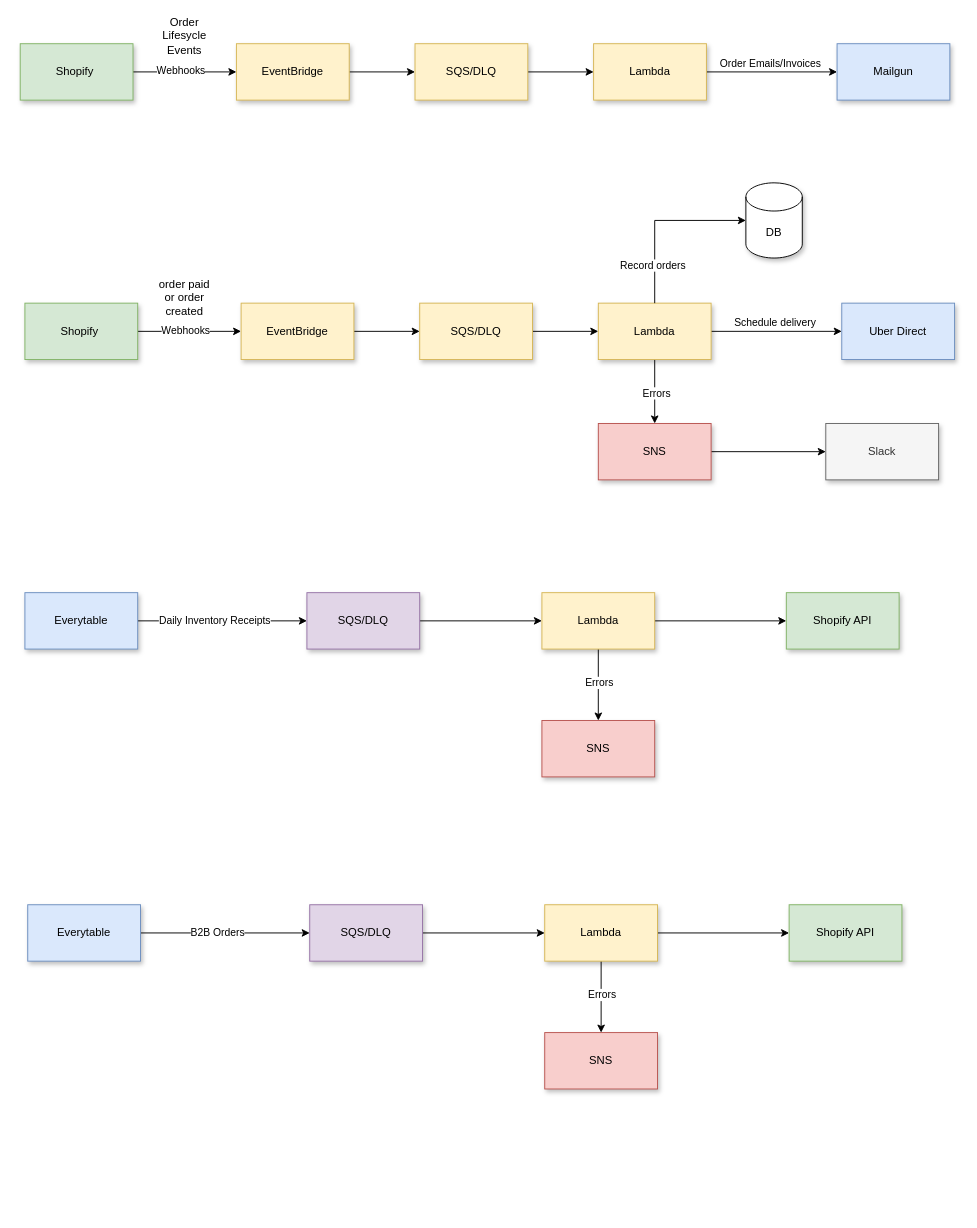
This is page "Webhooks" (2 of 9) of Everytable_Draft_Diagrams.drawio from alexrsunrise/diagrams, a draw.io file, before an edit. Source tidied: cells renumbered, new cells numbered last; positions are measured from the earlier drawing's top-left corner, leaving out a move shared by most shapes. Both pictures are drawn from the tidied source at 94%, with x=0, y=0 at pixel (20, 22).
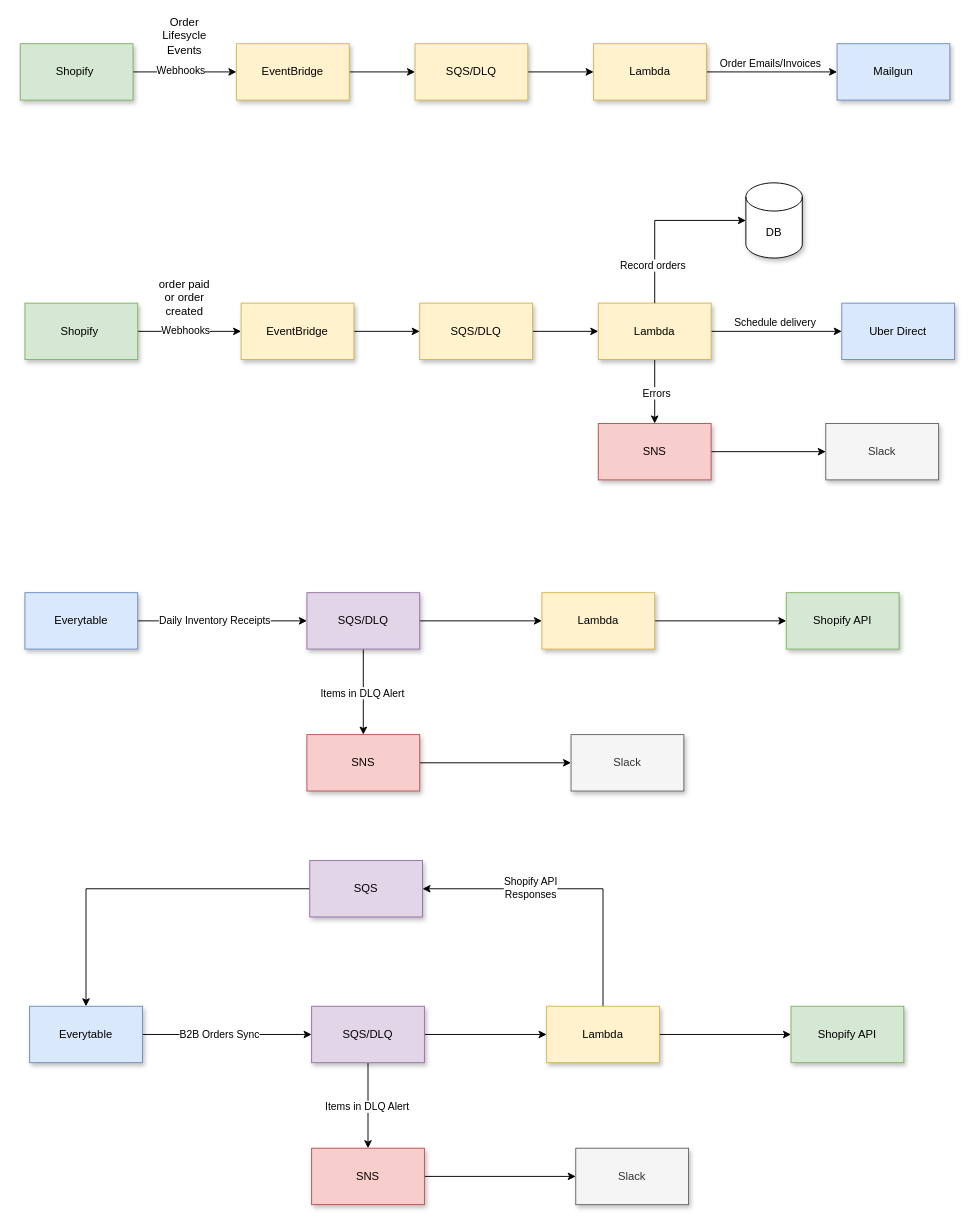
Above is the later version.

The change refers to these unchanged cells:
```xml
<mxCell id="18" value="SQS/DLQ" style="rounded=0;whiteSpace=wrap;html=1;fillColor=#e1d5e7;strokeColor=#9673a6;shadow=1;" parent="1" vertex="1">
  <mxGeometry x="305" y="607" width="120" height="60" as="geometry" />
</mxCell>
<mxCell id="22" value="Lambda" style="rounded=0;whiteSpace=wrap;html=1;fillColor=#fff2cc;strokeColor=#d6b656;shadow=1;" parent="1" vertex="1">
  <mxGeometry x="555" y="607" width="120" height="60" as="geometry" />
</mxCell>
```

What changed in the source:
```diff
@@
+    <mxCell id="56" style="edgeStyle=orthogonalEdgeStyle;rounded=0;jettySize=auto;html=1;" parent="1" edge="1" source="18" target="24">
+      <mxGeometry relative="1" as="geometry" />
+    </mxCell>
+    <mxCell id="57" value="Items in DLQ Alert" style="edgeLabel;html=1;align=center;verticalAlign=middle;" parent="56" vertex="1">
+      <mxGeometry y="-2" relative="1" as="geometry" />
+    </mxCell>
@@
-    <mxCell id="20" style="edgeStyle=orthogonalEdgeStyle;rounded=0;jettySize=auto;html=1;entryX=0.5;entryY=0;entryDx=0;entryDy=0;" parent="1" edge="1" source="22" target="24">
-      <mxGeometry relative="1" as="geometry" />
-    </mxCell>
-    <mxCell id="21" value="Errors" style="edgeLabel;html=1;align=center;verticalAlign=middle;" parent="20" vertex="1">
-      <mxGeometry x="-0.04" y="4" relative="1" as="geometry">
-        <mxPoint x="-4" y="-1" as="offset" />
-      </mxGeometry>
-    </mxCell>
@@
+    <mxCell id="58" style="edgeStyle=orthogonalEdgeStyle;rounded=0;jettySize=auto;html=1;" parent="1" edge="1" source="24" target="59">
+      <mxGeometry relative="1" as="geometry" />
+    </mxCell>
     <mxCell id="24" value="SNS" style="rounded=0;whiteSpace=wrap;html=1;fillColor=#f8cecc;strokeColor=#b85450;shadow=1;" parent="1" vertex="1">
-      <mxGeometry x="555" y="743" width="120" height="60" as="geometry" />
+      <mxGeometry x="305" y="758" width="120" height="60" as="geometry" />
     </mxCell>
-    <mxCell id="25" style="edgeStyle=orthogonalEdgeStyle;rounded=0;jettySize=auto;html=1;entryX=0;entryY=0.5;entryDx=0;entryDy=0;" parent="1" edge="1" source="27" target="29">
-      <mxGeometry relative="1" as="geometry" />
-    </mxCell>
-    <mxCell id="26" value="B2B Orders" style="edgeLabel;html=1;align=center;verticalAlign=middle;" parent="25" vertex="1">
-      <mxGeometry x="-0.1" y="1" relative="1" as="geometry" />
-    </mxCell>
-    <mxCell id="27" value="Everytable" style="rounded=0;whiteSpace=wrap;html=1;fillColor=#dae8fc;strokeColor=#6c8ebf;shadow=1;" parent="1" vertex="1">
-      <mxGeometry x="8" y="939" width="120" height="60" as="geometry" />
-    </mxCell>
-    <mxCell id="28" style="edgeStyle=orthogonalEdgeStyle;rounded=0;jettySize=auto;html=1;entryX=0;entryY=0.5;entryDx=0;entryDy=0;" parent="1" edge="1" source="29" target="33">
-      <mxGeometry relative="1" as="geometry" />
-    </mxCell>
-    <mxCell id="29" value="SQS/DLQ" style="rounded=0;whiteSpace=wrap;html=1;fillColor=#e1d5e7;strokeColor=#9673a6;shadow=1;" parent="1" vertex="1">
-      <mxGeometry x="308" y="939" width="120" height="60" as="geometry" />
-    </mxCell>
-    <mxCell id="30" style="edgeStyle=orthogonalEdgeStyle;rounded=0;jettySize=auto;html=1;entryX=0;entryY=0.5;entryDx=0;entryDy=0;" parent="1" edge="1" source="33" target="34">
-      <mxGeometry relative="1" as="geometry" />
-    </mxCell>
-    <mxCell id="31" style="edgeStyle=orthogonalEdgeStyle;rounded=0;jettySize=auto;html=1;entryX=0.5;entryY=0;entryDx=0;entryDy=0;" parent="1" edge="1" source="33" target="35">
-      <mxGeometry relative="1" as="geometry" />
-    </mxCell>
-    <mxCell id="32" value="Errors" style="edgeLabel;html=1;align=center;verticalAlign=middle;" parent="31" vertex="1">
-      <mxGeometry x="-0.04" y="4" relative="1" as="geometry">
-        <mxPoint x="-4" y="-1" as="offset" />
-      </mxGeometry>
-    </mxCell>
-    <mxCell id="33" value="Lambda" style="rounded=0;whiteSpace=wrap;html=1;fillColor=#fff2cc;strokeColor=#d6b656;shadow=1;" parent="1" vertex="1">
-      <mxGeometry x="558" y="939" width="120" height="60" as="geometry" />
-    </mxCell>
-    <mxCell id="34" value="Shopify API" style="rounded=0;whiteSpace=wrap;html=1;fillColor=#d5e8d4;strokeColor=#82b366;shadow=1;" parent="1" vertex="1">
-      <mxGeometry x="818" y="939" width="120" height="60" as="geometry" />
-    </mxCell>
-    <mxCell id="35" value="SNS" style="rounded=0;whiteSpace=wrap;html=1;fillColor=#f8cecc;strokeColor=#b85450;shadow=1;" parent="1" vertex="1">
-      <mxGeometry x="558" y="1075" width="120" height="60" as="geometry" />
-    </mxCell>
@@
+    <mxCell id="59" value="Slack" style="rounded=0;whiteSpace=wrap;html=1;fillColor=#f5f5f5;strokeColor=#666666;shadow=1;fontColor=#333333;" parent="1" vertex="1">
+      <mxGeometry x="586" y="758" width="120" height="60" as="geometry" />
+    </mxCell>
+    <mxCell id="25" style="edgeStyle=orthogonalEdgeStyle;rounded=0;jettySize=auto;html=1;entryX=0;entryY=0.5;entryDx=0;entryDy=0;" parent="1" edge="1" source="27" target="29">
+      <mxGeometry relative="1" as="geometry" />
+    </mxCell>
+    <mxCell id="60" value="B2B Orders Sync" style="edgeLabel;html=1;align=center;verticalAlign=middle;" parent="25" vertex="1">
+      <mxGeometry x="-0.1" y="1" relative="1" as="geometry" />
+    </mxCell>
+    <mxCell id="27" value="Everytable" style="rounded=0;whiteSpace=wrap;html=1;fillColor=#dae8fc;strokeColor=#6c8ebf;shadow=1;" parent="1" vertex="1">
+      <mxGeometry x="10" y="1047" width="120" height="60" as="geometry" />
+    </mxCell>
+    <mxCell id="28" style="edgeStyle=orthogonalEdgeStyle;rounded=0;jettySize=auto;html=1;entryX=0;entryY=0.5;entryDx=0;entryDy=0;" parent="1" edge="1" source="29" target="33">
+      <mxGeometry relative="1" as="geometry" />
+    </mxCell>
+    <mxCell id="61" style="edgeStyle=orthogonalEdgeStyle;rounded=0;jettySize=auto;html=1;" parent="1" edge="1" source="29" target="35">
+      <mxGeometry relative="1" as="geometry" />
+    </mxCell>
+    <mxCell id="62" value="Items in DLQ Alert" style="edgeLabel;html=1;align=center;verticalAlign=middle;" parent="61" vertex="1">
+      <mxGeometry y="-2" relative="1" as="geometry" />
+    </mxCell>
+    <mxCell id="29" value="SQS/DLQ" style="rounded=0;whiteSpace=wrap;html=1;fillColor=#e1d5e7;strokeColor=#9673a6;shadow=1;" parent="1" vertex="1">
+      <mxGeometry x="310" y="1047" width="120" height="60" as="geometry" />
+    </mxCell>
+    <mxCell id="30" style="edgeStyle=orthogonalEdgeStyle;rounded=0;jettySize=auto;html=1;entryX=0;entryY=0.5;entryDx=0;entryDy=0;" parent="1" edge="1" source="33" target="34">
+      <mxGeometry relative="1" as="geometry" />
+    </mxCell>
+    <mxCell id="63" style="edgeStyle=orthogonalEdgeStyle;rounded=0;jettySize=auto;html=1;entryX=1;entryY=0.5;entryDx=0;entryDy=0;exitX=0.5;exitY=0;exitDx=0;exitDy=0;" parent="1" edge="1" source="33" target="68">
+      <mxGeometry relative="1" as="geometry" />
+    </mxCell>
+    <mxCell id="64" value="Shopify API&lt;div&gt;Responses&lt;/div&gt;" style="edgeLabel;html=1;align=center;verticalAlign=middle;" parent="63" vertex="1">
+      <mxGeometry x="0.28" y="-2" relative="1" as="geometry" />
+    </mxCell>
+    <mxCell id="33" value="Lambda" style="rounded=0;whiteSpace=wrap;html=1;fillColor=#fff2cc;strokeColor=#d6b656;shadow=1;" parent="1" vertex="1">
+      <mxGeometry x="560" y="1047" width="120" height="60" as="geometry" />
+    </mxCell>
+    <mxCell id="34" value="Shopify API" style="rounded=0;whiteSpace=wrap;html=1;fillColor=#d5e8d4;strokeColor=#82b366;shadow=1;" parent="1" vertex="1">
+      <mxGeometry x="820" y="1047" width="120" height="60" as="geometry" />
+    </mxCell>
+    <mxCell id="65" style="edgeStyle=orthogonalEdgeStyle;rounded=0;jettySize=auto;html=1;" parent="1" edge="1" source="35" target="66">
+      <mxGeometry relative="1" as="geometry" />
+    </mxCell>
+    <mxCell id="35" value="SNS" style="rounded=0;whiteSpace=wrap;html=1;fillColor=#f8cecc;strokeColor=#b85450;shadow=1;" parent="1" vertex="1">
+      <mxGeometry x="310" y="1198" width="120" height="60" as="geometry" />
+    </mxCell>
+    <mxCell id="66" value="Slack" style="rounded=0;whiteSpace=wrap;html=1;fillColor=#f5f5f5;strokeColor=#666666;shadow=1;fontColor=#333333;" parent="1" vertex="1">
+      <mxGeometry x="591" y="1198" width="120" height="60" as="geometry" />
+    </mxCell>
+    <mxCell id="67" style="edgeStyle=orthogonalEdgeStyle;rounded=0;jettySize=auto;html=1;entryX=0.5;entryY=0;entryDx=0;entryDy=0;" parent="1" edge="1" source="68" target="27">
+      <mxGeometry relative="1" as="geometry" />
+    </mxCell>
+    <mxCell id="68" value="SQS" style="rounded=0;whiteSpace=wrap;html=1;fillColor=#e1d5e7;strokeColor=#9673a6;shadow=1;" parent="1" vertex="1">
+      <mxGeometry x="308" y="892" width="120" height="60" as="geometry" />
+    </mxCell>
```
